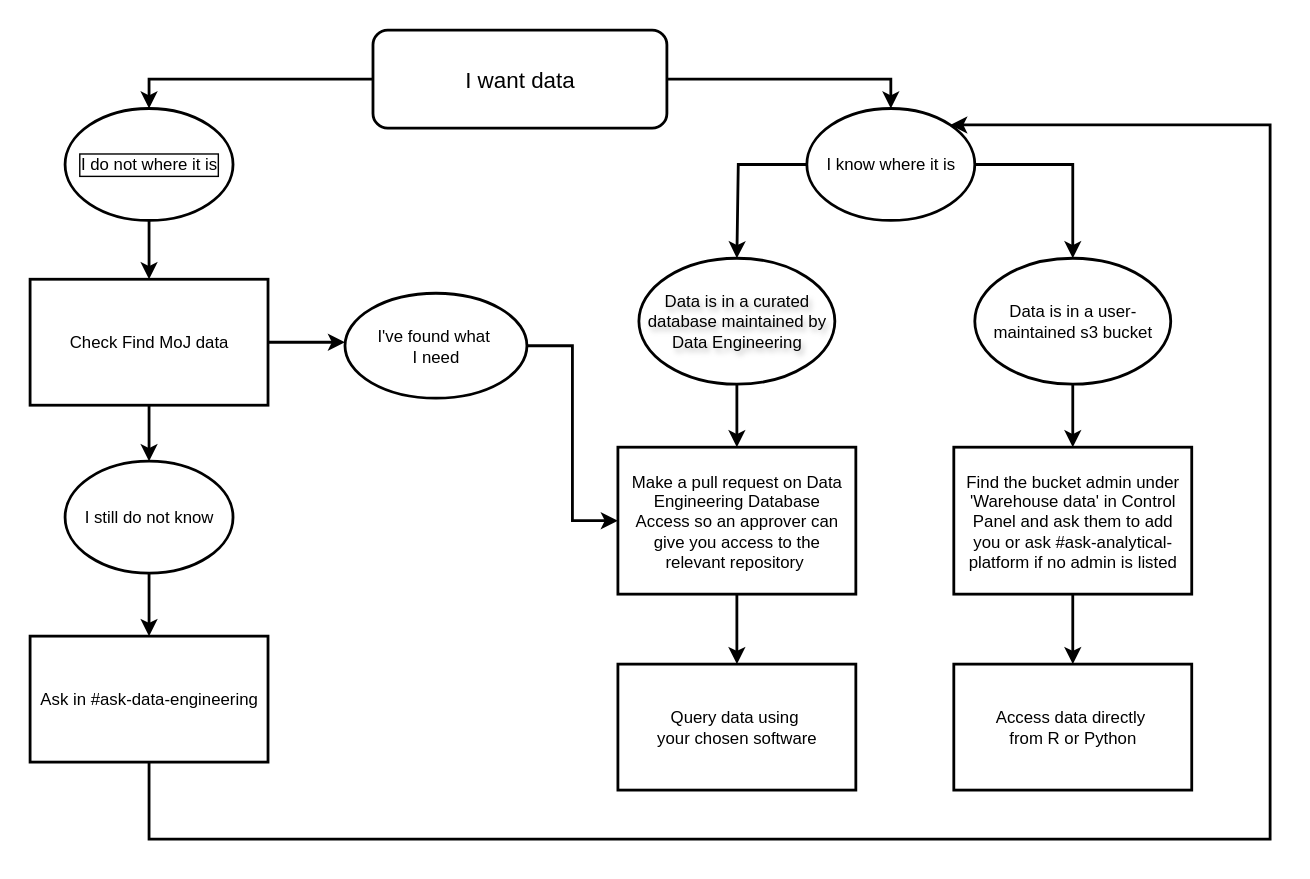
moj-analytical-services/user-guidance keeps this draw.io diagram as source/images/data/get-data-user-flow.svg. Above is the earlier version. Source tidied: cells renumbered, new cells last; positions are measured from the earlier drawing's top-left corner, leaving out a move shared by most shapes.
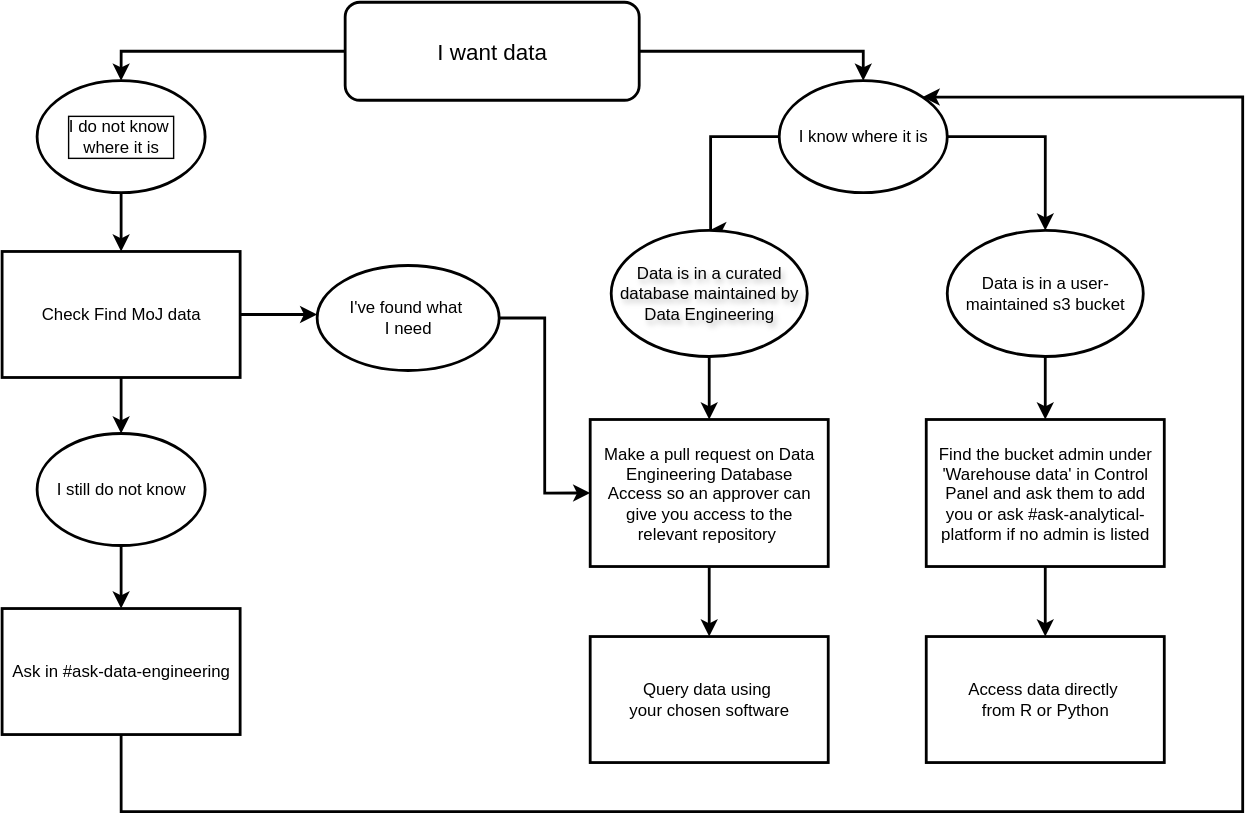
After the commit.

What changed in the source:
```diff
@@ -27,7 +27,7 @@
     <mxCell id="8" style="edgeStyle=orthogonalEdgeStyle;rounded=0;jettySize=auto;html=1;exitX=0.5;exitY=1;exitDx=0;exitDy=0;entryX=0.5;entryY=0;entryDx=0;entryDy=0;labelBackgroundColor=none;fontColor=light-dark(#000000, #1b1d1e);strokeColor=light-dark(#000000,#000000);strokeWidth=2;" parent="1" edge="1" source="9" target="22">
       <mxGeometry relative="1" as="geometry" />
     </mxCell>
-    <mxCell id="9" value="I do not where it is" style="ellipse;whiteSpace=wrap;html=1;labelBackgroundColor=none;fillColor=light-dark(#FFFFFF,#FFFFFF);fontColor=light-dark(#000000,#000000);labelBorderColor=default;strokeColor=light-dark(#000000,#000000);strokeWidth=2;" parent="1" vertex="1">
+    <mxCell id="9" value="I do not know&amp;nbsp;&lt;div&gt;where it is&lt;/div&gt;" style="ellipse;whiteSpace=wrap;html=1;labelBackgroundColor=none;fillColor=light-dark(#FFFFFF,#FFFFFF);fontColor=light-dark(#000000,#000000);labelBorderColor=default;strokeColor=light-dark(#000000,#000000);strokeWidth=2;" parent="1" vertex="1">
       <mxGeometry x="25" y="56" width="120" height="80" as="geometry" />
     </mxCell>
     <mxCell id="10" style="edgeStyle=orthogonalEdgeStyle;rounded=0;jettySize=auto;html=1;exitX=0.5;exitY=1;exitDx=0;exitDy=0;entryX=0.5;entryY=0;entryDx=0;entryDy=0;labelBackgroundColor=none;fontColor=light-dark(#000000, #1b1d1e);strokeColor=light-dark(#000000,#000000);strokeWidth=2;" parent="1" edge="1" source="11" target="18">
```
